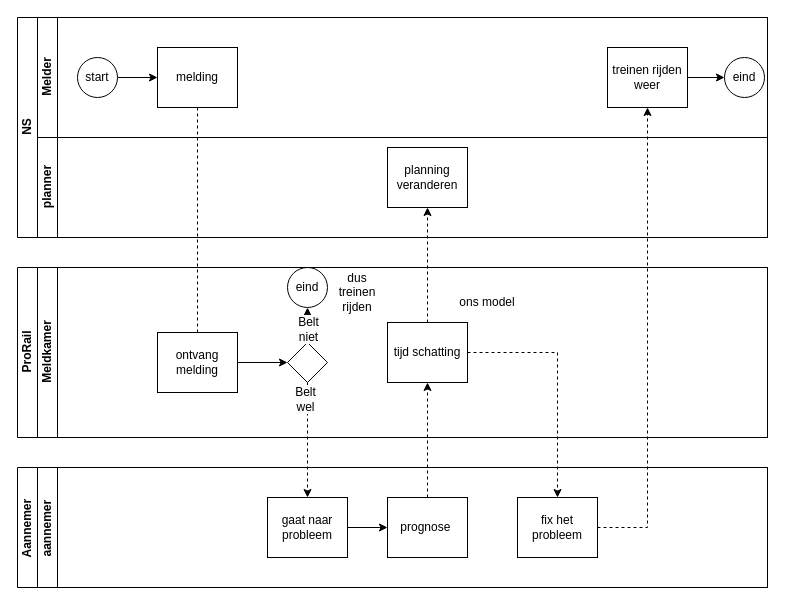
The draw.io diagram BPMN.drawio in MightyPiggie/data-driven-bussines-ai-2024, before the edit. Source tidied: cells renumbered, new cells numbered last; positions are measured from the earlier drawing's top-left corner, leaving out a move shared by most shapes. Both pictures are drawn from the tidied source at 100%, with x=0, y=0 at pixel (17, 17).
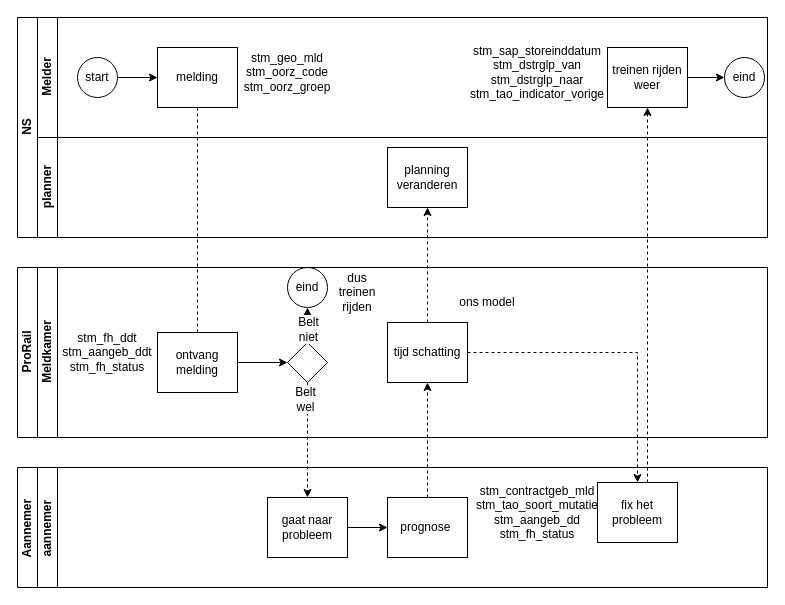
The same page after the edit.

Commit message:
BPMN.drawio wanneer info

Unchanged cells that the change refers to:
```xml
<mxCell id="4" value="Melder" style="swimlane;html=1;startSize=20;horizontal=0;" parent="2" vertex="1">
  <mxGeometry x="20" width="730" height="120" as="geometry" />
</mxCell>
<mxCell id="10" value="treinen rijden weer" style="rounded=0;whiteSpace=wrap;html=1;fontFamily=Helvetica;fontSize=12;fontColor=#000000;align=center;" parent="4" vertex="1">
  <mxGeometry x="570" y="30" width="80" height="60" as="geometry" />
</mxCell>
<mxCell id="15" value="Meldkamer" style="swimlane;startSize=20;horizontal=0;html=1;" parent="14" vertex="1">
  <mxGeometry x="20" width="730" height="170" as="geometry" />
</mxCell>
<mxCell id="23" value="aannemer&amp;nbsp;" style="swimlane;startSize=20;horizontal=0;html=1;" parent="22" vertex="1">
  <mxGeometry x="20" width="730" height="120" as="geometry" />
</mxCell>
```

The edit, as a diff of the source:
```diff
@@
+    <mxCell id="36" value="stm_geo_mld&lt;div&gt;stm_oorz_code&lt;/div&gt;&lt;div&gt;stm_oorz_groep&lt;/div&gt;" style="text;html=1;align=center;verticalAlign=middle;whiteSpace=wrap;rounded=0;" parent="4" vertex="1">
+      <mxGeometry x="220" y="40" width="60" height="30" as="geometry" />
+    </mxCell>
+    <mxCell id="37" value="stm_sap_storeinddatum&lt;div&gt;stm_dstrglp_van&lt;/div&gt;&lt;div&gt;stm_dstrglp_naar&lt;/div&gt;&lt;div&gt;stm_tao_indicator_vorige&lt;/div&gt;" style="text;html=1;align=center;verticalAlign=middle;whiteSpace=wrap;rounded=0;" parent="4" vertex="1">
+      <mxGeometry x="470" y="40" width="60" height="30" as="geometry" />
+    </mxCell>
@@
+    <mxCell id="38" value="stm_fh_ddt&lt;div&gt;stm_aangeb_ddt&lt;br&gt;&lt;/div&gt;&lt;div&gt;stm_fh_status&lt;br&gt;&lt;/div&gt;" style="text;html=1;align=center;verticalAlign=middle;whiteSpace=wrap;rounded=0;" parent="15" vertex="1">
+      <mxGeometry x="40" y="70" width="60" height="30" as="geometry" />
+    </mxCell>
@@
     <mxCell id="25" value="fix het probleem" style="rounded=0;whiteSpace=wrap;html=1;fontFamily=Helvetica;fontSize=12;fontColor=#000000;align=center;" parent="23" vertex="1">
-      <mxGeometry x="480" y="30" width="80" height="60" as="geometry" />
+      <mxGeometry x="560" y="15" width="80" height="60" as="geometry" />
     </mxCell>
@@
+    <mxCell id="39" value="&lt;div&gt;stm_contractgeb_mld&lt;/div&gt;&lt;div&gt;stm_tao_soort_mutatie&lt;/div&gt;&lt;div&gt;stm_aangeb_dd&lt;/div&gt;&lt;div&gt;stm_fh_status&lt;/div&gt;" style="text;html=1;align=center;verticalAlign=middle;whiteSpace=wrap;rounded=0;" parent="23" vertex="1">
+      <mxGeometry x="470" y="30" width="60" height="30" as="geometry" />
+    </mxCell>
@@
     <mxCell id="35" style="edgeStyle=orthogonalEdgeStyle;rounded=0;jettySize=auto;html=1;entryX=0.5;entryY=1;entryDx=0;entryDy=0;dashed=1;" parent="1" edge="1" source="25" target="10">
-      <mxGeometry relative="1" as="geometry" />
+      <mxGeometry relative="1" as="geometry">
+        <Array as="points">
+          <mxPoint x="630" y="370" />
+          <mxPoint x="630" y="370" />
+        </Array>
+      </mxGeometry>
     </mxCell>
```
